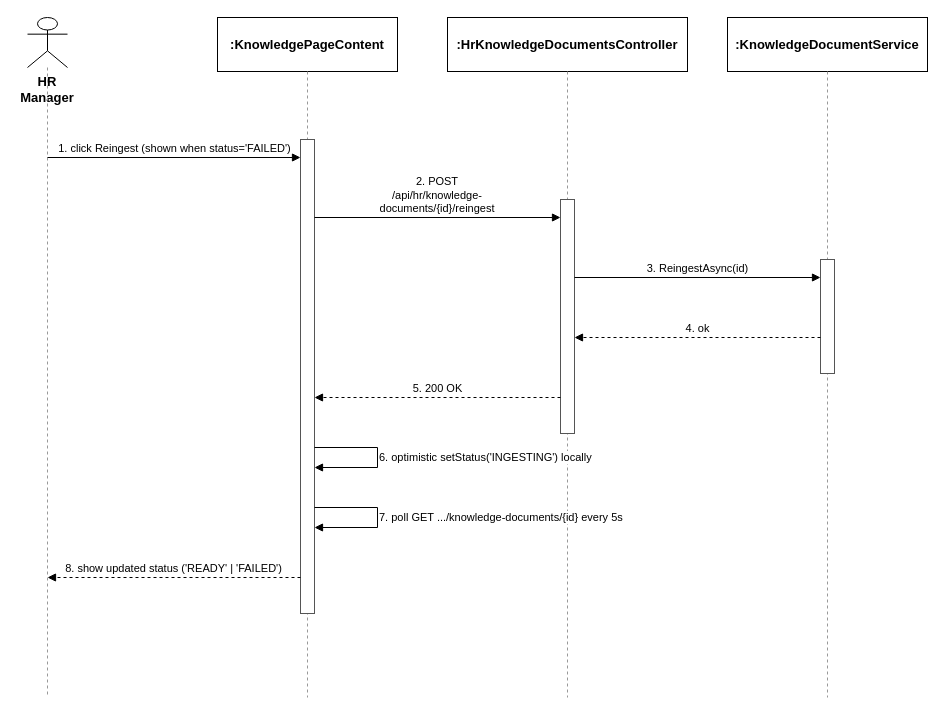
Earlier version of the draw.io diagram docs/qa/Nam_SequenceDiagram/08_KnowledgeBaseManagement_ReingestDocument.drawio (tulklk/AI_Interview_Question_Generation_RAG_LLM_FE). Source tidied: cells renumbered, new cells numbered last; positions are measured from the earlier drawing's top-left corner, leaving out a move shared by most shapes. Both pictures are drawn from the tidied source at 100%, with x=0, y=0 at pixel (27, 17).
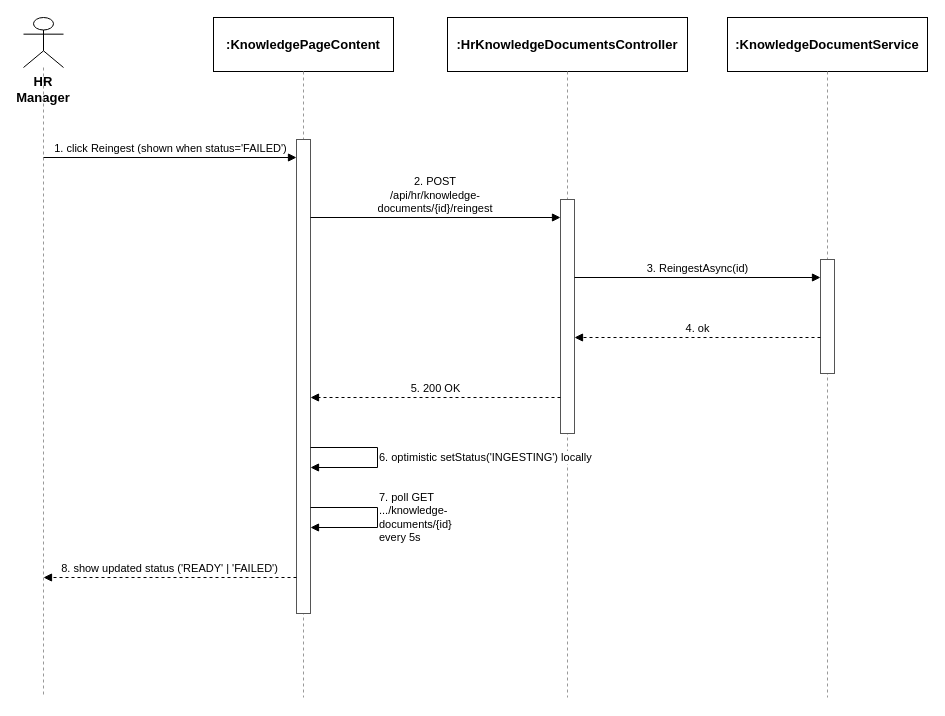
The same diagram, later.

The edit, as a diff of the source:
```diff
@@
     <mxCell id="2" value="HR Manager" style="shape=umlActor;whiteSpace=wrap;html=1;verticalLabelPosition=bottom;verticalAlign=top;fillColor=#ffffff;strokeColor=#000000;fontStyle=1;fontSize=13;" parent="1" vertex="1">
-      <mxGeometry width="40" height="50" as="geometry" />
+      <mxGeometry x="-4" width="40" height="50" as="geometry" />
     </mxCell>
     <mxCell id="3" style="endArrow=none;dashed=1;html=1;strokeColor=#999999;" parent="1" edge="1">
       <mxGeometry relative="1" as="geometry">
-        <mxPoint x="20" y="50" as="sourcePoint" />
-        <mxPoint x="20" y="680" as="targetPoint" />
+        <mxPoint x="16" y="50" as="sourcePoint" />
+        <mxPoint x="16" y="680" as="targetPoint" />
       </mxGeometry>
     </mxCell>
     <mxCell id="4" value=":KnowledgePageContent" style="rounded=0;whiteSpace=wrap;html=1;fontSize=13;fillColor=#ffffff;strokeColor=#000000;fontStyle=1;" parent="1" vertex="1">
-      <mxGeometry x="190" width="180" height="54" as="geometry" />
+      <mxGeometry x="186" width="180" height="54" as="geometry" />
     </mxCell>
     <mxCell id="5" style="endArrow=none;dashed=1;html=1;strokeColor=#999999;" parent="1" edge="1">
       <mxGeometry relative="1" as="geometry">
-        <mxPoint x="280" y="54" as="sourcePoint" />
-        <mxPoint x="280" y="680" as="targetPoint" />
+        <mxPoint x="276" y="54" as="sourcePoint" />
+        <mxPoint x="276" y="680" as="targetPoint" />
       </mxGeometry>
     </mxCell>
@@
     <mxCell id="10" style="rounded=0;whiteSpace=wrap;html=1;fillColor=#ffffff;strokeColor=#555555;" parent="1" vertex="1">
-      <mxGeometry x="273" y="122" width="14" height="474" as="geometry" />
+      <mxGeometry x="269" y="122" width="14" height="474" as="geometry" />
     </mxCell>
@@
     <mxCell id="13" value="1. click Reingest (shown when status='FAILED')" style="endArrow=block;endFill=1;html=1;fontSize=11;align=center;verticalAlign=bottom;labelBackgroundColor=#ffffff;strokeColor=#000000;" parent="1" edge="1">
       <mxGeometry relative="1" as="geometry">
-        <mxPoint x="20" y="140" as="sourcePoint" />
-        <mxPoint x="273" y="140" as="targetPoint" />
+        <mxPoint x="16" y="140" as="sourcePoint" />
+        <mxPoint x="269" y="140" as="targetPoint" />
       </mxGeometry>
     </mxCell>
     <mxCell id="14" value="2. POST /api/hr/knowledge-documents/{id}/reingest" style="endArrow=block;endFill=1;html=1;whiteSpace=wrap;fontSize=11;align=center;verticalAlign=bottom;labelBackgroundColor=#ffffff;strokeColor=#000000;" parent="1" edge="1">
       <mxGeometry relative="1" as="geometry">
-        <mxPoint x="287" y="200" as="sourcePoint" />
+        <mxPoint x="283" y="200" as="sourcePoint" />
         <mxPoint x="533" y="200" as="targetPoint" />
       </mxGeometry>
     </mxCell>
@@
     <mxCell id="17" value="5. 200 OK" style="endArrow=block;endFill=1;html=1;dashed=1;fontSize=11;align=center;verticalAlign=bottom;labelBackgroundColor=#ffffff;strokeColor=#000000;" parent="1" edge="1">
       <mxGeometry relative="1" as="geometry">
         <mxPoint x="533" y="380" as="sourcePoint" />
-        <mxPoint x="287" y="380" as="targetPoint" />
+        <mxPoint x="283" y="380" as="targetPoint" />
       </mxGeometry>
     </mxCell>
     <mxCell id="18" value="6. optimistic setStatus('INGESTING') locally" style="endArrow=block;endFill=1;html=1;fontSize=11;align=left;verticalAlign=middle;labelBackgroundColor=#ffffff;rounded=0;strokeColor=#000000;" parent="1" edge="1">
       <mxGeometry relative="1" as="geometry">
-        <mxPoint x="287" y="430" as="sourcePoint" />
-        <mxPoint x="287" y="450" as="targetPoint" />
+        <mxPoint x="283" y="430" as="sourcePoint" />
+        <mxPoint x="283" y="450" as="targetPoint" />
         <Array as="points">
           <mxPoint x="350" y="430" />
           <mxPoint x="350" y="450" />
         </Array>
       </mxGeometry>
     </mxCell>
-    <mxCell id="19" value="7. poll GET .../knowledge-documents/{id} every 5s" style="endArrow=block;endFill=1;html=1;fontSize=11;align=left;verticalAlign=middle;labelBackgroundColor=#ffffff;rounded=0;strokeColor=#000000;" parent="1" edge="1">
+    <mxCell id="19" value="7. poll GET .../knowledge-documents/{id} every 5s" style="endArrow=block;endFill=1;html=1;whiteSpace=wrap;fontSize=11;align=left;verticalAlign=middle;labelBackgroundColor=#ffffff;rounded=0;strokeColor=#000000;" parent="1" edge="1">
       <mxGeometry relative="1" as="geometry">
-        <mxPoint x="287" y="490" as="sourcePoint" />
-        <mxPoint x="287" y="510" as="targetPoint" />
+        <mxPoint x="283" y="490" as="sourcePoint" />
+        <mxPoint x="283" y="510" as="targetPoint" />
         <Array as="points">
           <mxPoint x="350" y="490" />
           <mxPoint x="350" y="510" />
         </Array>
       </mxGeometry>
     </mxCell>
     <mxCell id="20" value="8. show updated status ('READY' | 'FAILED')" style="endArrow=block;endFill=1;html=1;dashed=1;fontSize=11;align=center;verticalAlign=bottom;labelBackgroundColor=#ffffff;strokeColor=#000000;" parent="1" edge="1">
       <mxGeometry relative="1" as="geometry">
-        <mxPoint x="273" y="560" as="sourcePoint" />
-        <mxPoint x="20" y="560" as="targetPoint" />
+        <mxPoint x="269" y="560" as="sourcePoint" />
+        <mxPoint x="16" y="560" as="targetPoint" />
       </mxGeometry>
     </mxCell>
```
